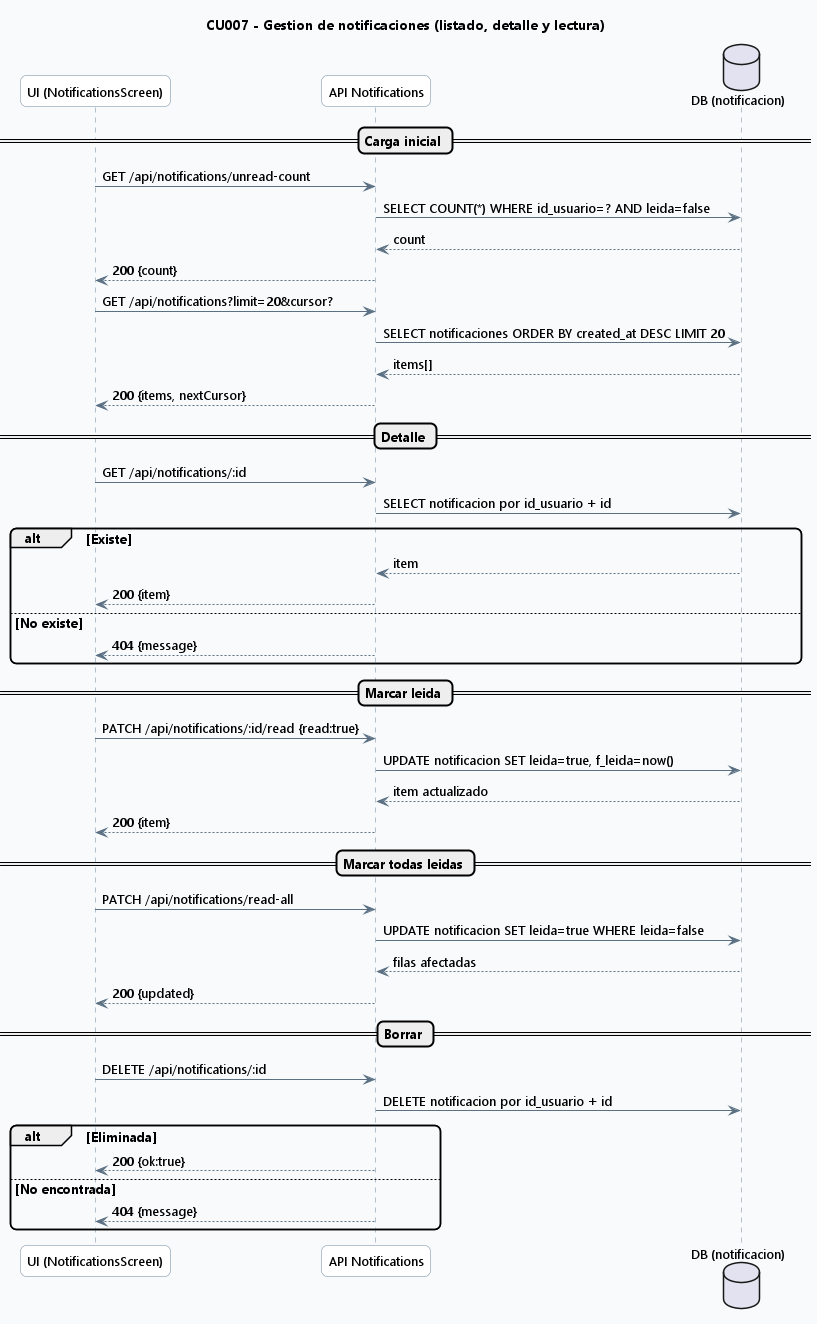
TPerez13/TFG keeps this PlantUML diagram as out/docs/diagrams/cap4/08_seq_cu007_notificaciones/08_seq_cu007_notificaciones.png. Above is the earlier version. Source of this version:
```plantuml
@startuml

skinparam backgroundColor #F8FAFC
skinparam shadowing false
skinparam roundcorner 12
skinparam defaultFontName Segoe UI
skinparam defaultFontSize 13
skinparam ArrowColor #5B7083
skinparam ArrowThickness 1
skinparam sequence {
  LifeLineBorderColor #6E879D
  LifeLineBackgroundColor #FFFFFF
  ParticipantBorderColor #6E879D
  ParticipantBackgroundColor #FFFFFF
}
skinparam noteBackgroundColor #FFF9E6
skinparam noteBorderColor #D7C58A

title CU007 - Gestion de notificaciones (listado, detalle y lectura)

participant "UI (NotificationsScreen)" as UI
participant "API Notifications" as API
database "DB (notificacion)" as DB

== Carga inicial ==
UI -> API: GET /api/notifications/unread-count
API -> DB: SELECT COUNT(*) WHERE id_usuario=? AND leida=false
DB --> API: count
API --> UI: 200 {count}

UI -> API: GET /api/notifications?limit=20&cursor?
API -> DB: SELECT notificaciones ORDER BY created_at DESC LIMIT 20
DB --> API: items[]
API --> UI: 200 {items, nextCursor}

== Detalle ==
UI -> API: GET /api/notifications/:id
API -> DB: SELECT notificacion por id_usuario + id
alt Existe
  DB --> API: item
  API --> UI: 200 {item}
else No existe
  API --> UI: 404 {message}
end

== Marcar leida ==
UI -> API: PATCH /api/notifications/:id/read {read:true}
API -> DB: UPDATE notificacion SET leida=true, f_leida=now()
DB --> API: item actualizado
API --> UI: 200 {item}

== Marcar todas leidas ==
UI -> API: PATCH /api/notifications/read-all
API -> DB: UPDATE notificacion SET leida=true WHERE leida=false
DB --> API: filas afectadas
API --> UI: 200 {updated}

== Borrar ==
UI -> API: DELETE /api/notifications/:id
API -> DB: DELETE notificacion por id_usuario + id
alt Eliminada
  API --> UI: 200 {ok:true}
else No encontrada
  API --> UI: 404 {message}
end

@enduml
```
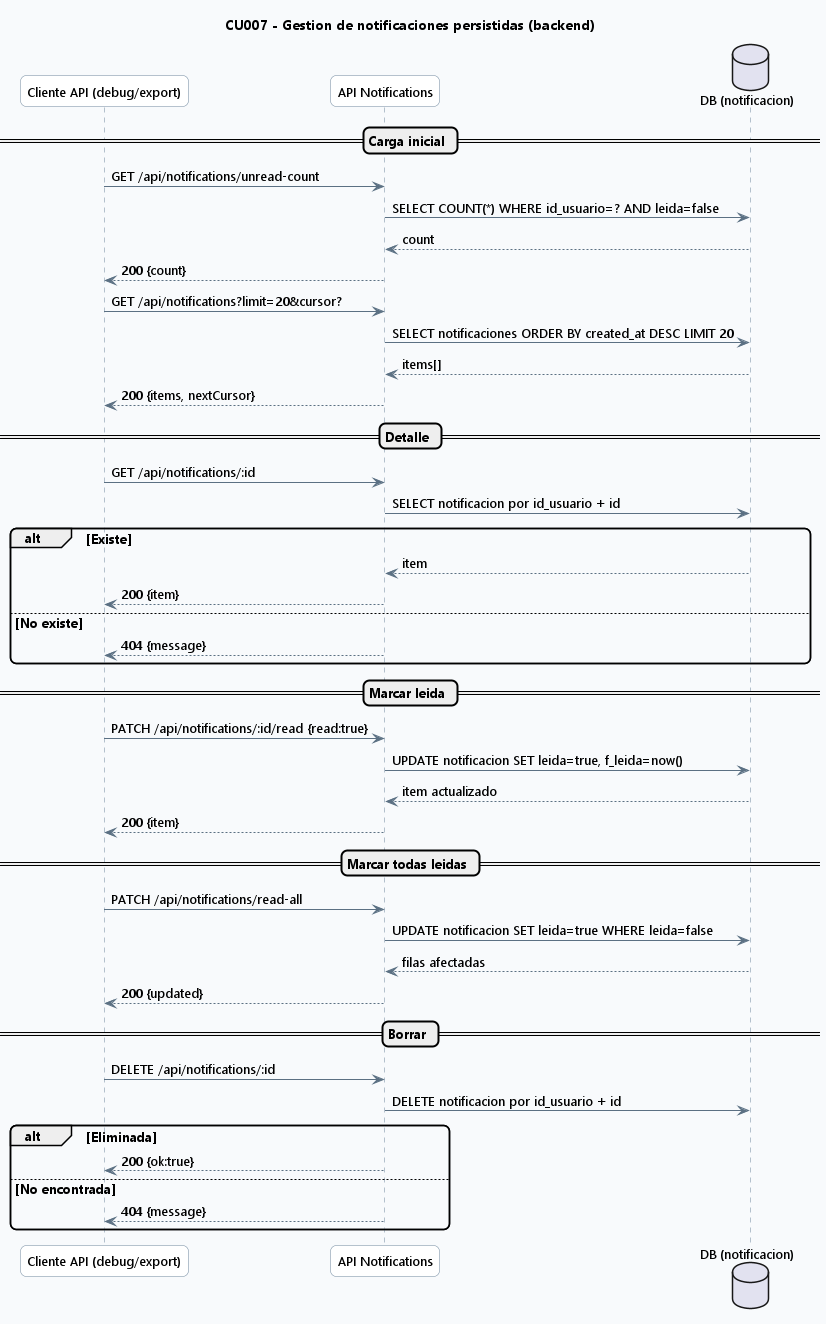
After the commit.

Diff of the diagram source:
```diff
@@ -16,9 +16,9 @@
 skinparam noteBackgroundColor #FFF9E6
 skinparam noteBorderColor #D7C58A
 
-title CU007 - Gestion de notificaciones (listado, detalle y lectura)
+title CU007 - Gestion de notificaciones persistidas (backend)
 
-participant "UI (NotificationsScreen)" as UI
+participant "Cliente API (debug/export)" as UI
 participant "API Notifications" as API
 database "DB (notificacion)" as DB
 
```
